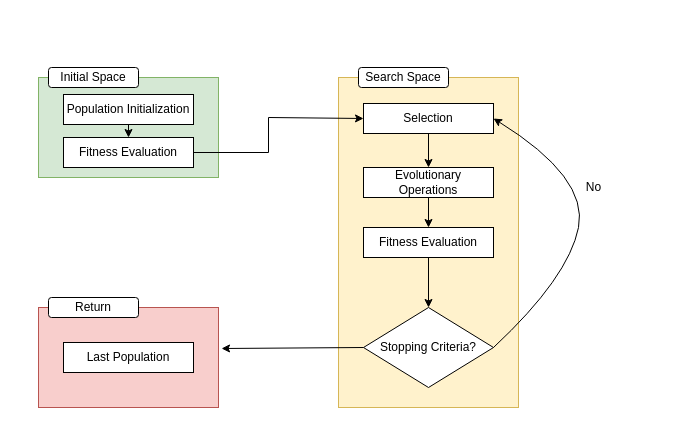
Before: page "Page-4" (4 of 4) of paper/seminar.drawio in duclos-cavalcanti/tum-msei-seminar, a draw.io diagram. Source tidied: cells renumbered, new cells numbered last; positions are measured from the earlier drawing's top-left corner, leaving out a move shared by most shapes. Both pictures are drawn from the tidied source at 100%, with x=0, y=0 at pixel (38, 67).
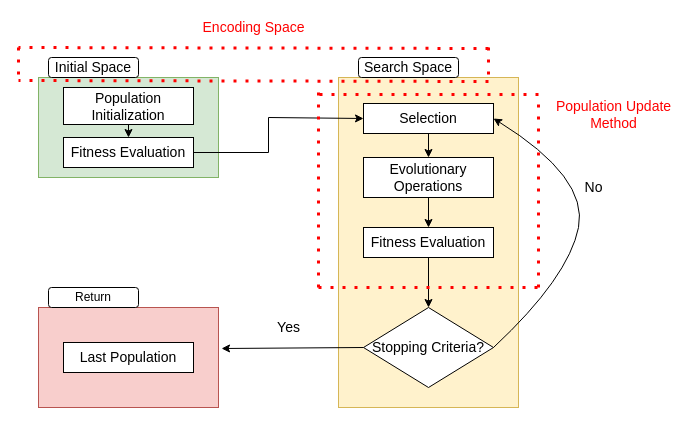
The same diagram, later.

Change to the diagram source:
```diff
@@
-    <mxCell id="5" value="Population Initialization" style="rounded=0;whiteSpace=wrap;html=1;" parent="1" vertex="1">
-      <mxGeometry x="25" y="27" width="130" height="30" as="geometry" />
+    <mxCell id="5" value="&lt;font style=&quot;font-size: 14px;&quot;&gt;Population Initialization&lt;/font&gt;" style="rounded=0;whiteSpace=wrap;html=1;" parent="1" vertex="1">
+      <mxGeometry x="25" y="20" width="130" height="37" as="geometry" />
     </mxCell>
-    <mxCell id="6" value="Fitness Evaluation" style="rounded=0;whiteSpace=wrap;html=1;" parent="1" vertex="1">
+    <mxCell id="6" value="&lt;font style=&quot;font-size: 14px;&quot;&gt;Fitness Evaluation&lt;/font&gt;" style="rounded=0;whiteSpace=wrap;html=1;" parent="1" vertex="1">
       <mxGeometry x="25" y="70" width="130" height="30" as="geometry" />
     </mxCell>
@@
-    <mxCell id="8" value="Selection" style="rounded=0;whiteSpace=wrap;html=1;" parent="1" vertex="1">
+    <mxCell id="8" value="&lt;font style=&quot;font-size: 14px;&quot;&gt;Selection&lt;/font&gt;" style="rounded=0;whiteSpace=wrap;html=1;" parent="1" vertex="1">
       <mxGeometry x="325" y="36" width="130" height="30" as="geometry" />
     </mxCell>
@@
-    <mxCell id="10" value="Initial Space" style="rounded=1;whiteSpace=wrap;html=1;" parent="1" vertex="1">
-      <mxGeometry x="10" width="90" height="20" as="geometry" />
+    <mxCell id="10" value="&lt;font style=&quot;font-size: 14px;&quot;&gt;Initial Space&lt;/font&gt;" style="rounded=1;whiteSpace=wrap;html=1;" parent="1" vertex="1">
+      <mxGeometry x="10" y="-10" width="90" height="20" as="geometry" />
     </mxCell>
-    <mxCell id="11" value="Search Space" style="rounded=1;whiteSpace=wrap;html=1;" parent="1" vertex="1">
-      <mxGeometry x="320" width="90" height="20" as="geometry" />
+    <mxCell id="11" value="&lt;font style=&quot;font-size: 14px;&quot;&gt;Search Space&lt;/font&gt;" style="rounded=1;whiteSpace=wrap;html=1;" parent="1" vertex="1">
+      <mxGeometry x="320" y="-10" width="100" height="20" as="geometry" />
     </mxCell>
     <mxCell id="12" value="Return" style="rounded=1;whiteSpace=wrap;html=1;" parent="1" vertex="1">
-      <mxGeometry x="10" y="230" width="90" height="20" as="geometry" />
+      <mxGeometry x="10" y="220" width="90" height="20" as="geometry" />
     </mxCell>
-    <mxCell id="13" value="Evolutionary Operations" style="rounded=0;whiteSpace=wrap;html=1;" parent="1" vertex="1">
-      <mxGeometry x="325" y="100" width="130" height="30" as="geometry" />
+    <mxCell id="13" value="&lt;font style=&quot;font-size: 14px;&quot;&gt;Evolutionary Operations&lt;/font&gt;" style="rounded=0;whiteSpace=wrap;html=1;" parent="1" vertex="1">
+      <mxGeometry x="325" y="90" width="130" height="40" as="geometry" />
     </mxCell>
-    <mxCell id="14" value="Fitness Evaluation" style="rounded=0;whiteSpace=wrap;html=1;" parent="1" vertex="1">
+    <mxCell id="14" value="&lt;font style=&quot;font-size: 14px;&quot;&gt;Fitness Evaluation&lt;/font&gt;" style="rounded=0;whiteSpace=wrap;html=1;" parent="1" vertex="1">
       <mxGeometry x="325" y="160" width="130" height="30" as="geometry" />
     </mxCell>
-    <mxCell id="15" value="Stopping Criteria?" style="rhombus;whiteSpace=wrap;html=1;" parent="1" vertex="1">
+    <mxCell id="15" value="&lt;font style=&quot;font-size: 14px;&quot;&gt;Stopping Criteria?&lt;/font&gt;" style="rhombus;whiteSpace=wrap;html=1;" parent="1" vertex="1">
       <mxGeometry x="325" y="240" width="130" height="80" as="geometry" />
     </mxCell>
@@
-    <mxCell id="20" value="No" style="text;html=1;align=center;verticalAlign=middle;strokeColor=none;fillColor=none;" parent="1" vertex="1">
+    <mxCell id="20" value="&lt;font style=&quot;font-size: 14px;&quot;&gt;No&lt;/font&gt;" style="text;html=1;align=center;verticalAlign=middle;strokeColor=none;fillColor=none;" parent="1" vertex="1">
       <mxGeometry x="540" y="110" width="30" height="20" as="geometry" />
     </mxCell>
@@
-    <mxCell id="22" value="Last Population" style="rounded=0;whiteSpace=wrap;html=1;" parent="1" vertex="1">
+    <mxCell id="22" value="&lt;font style=&quot;font-size: 14px;&quot;&gt;Last Population&lt;/font&gt;" style="rounded=0;whiteSpace=wrap;html=1;" parent="1" vertex="1">
       <mxGeometry x="25" y="275" width="130" height="30" as="geometry" />
     </mxCell>
+    <mxCell id="23" value="Yes" style="text;html=1;align=center;verticalAlign=middle;strokeColor=none;fillColor=none;fontSize=14;" parent="1" vertex="1">
+      <mxGeometry x="230" y="250" width="40" height="20" as="geometry" />
+    </mxCell>
+    <mxCell id="24" style="endArrow=none;dashed=1;html=1;dashPattern=1 3;strokeWidth=3;rounded=0;fontSize=14;fillColor=#e51400;strokeColor=#FF0000;" parent="1" edge="1">
+      <mxGeometry relative="1" as="geometry">
+        <mxPoint x="280" y="220" as="sourcePoint" />
+        <mxPoint x="280" y="20" as="targetPoint" />
+      </mxGeometry>
+    </mxCell>
+    <mxCell id="25" style="endArrow=none;dashed=1;html=1;dashPattern=1 3;strokeWidth=3;rounded=0;fontSize=14;fillColor=#e51400;strokeColor=#FF0000;" parent="1" edge="1">
+      <mxGeometry relative="1" as="geometry">
+        <mxPoint x="280" y="220" as="sourcePoint" />
+        <mxPoint x="500" y="220" as="targetPoint" />
+      </mxGeometry>
+    </mxCell>
+    <mxCell id="26" style="endArrow=none;dashed=1;html=1;dashPattern=1 3;strokeWidth=3;rounded=0;fontSize=14;fillColor=#e51400;strokeColor=#FF0000;" parent="1" edge="1">
+      <mxGeometry relative="1" as="geometry">
+        <mxPoint x="500" y="27" as="sourcePoint" />
+        <mxPoint x="280" y="27" as="targetPoint" />
+      </mxGeometry>
+    </mxCell>
+    <mxCell id="27" style="endArrow=none;dashed=1;html=1;dashPattern=1 3;strokeWidth=3;rounded=0;fontSize=14;fillColor=#e51400;strokeColor=#FF0000;" parent="1" edge="1">
+      <mxGeometry relative="1" as="geometry">
+        <mxPoint x="500" y="220" as="sourcePoint" />
+        <mxPoint x="500" y="30" as="targetPoint" />
+      </mxGeometry>
+    </mxCell>
+    <mxCell id="28" value="&lt;div&gt;&lt;font color=&quot;#FF0000&quot;&gt;Population Update&lt;/font&gt;&lt;/div&gt;&lt;div&gt;&lt;font color=&quot;#FF0000&quot;&gt;Method&lt;br&gt;&lt;/font&gt;&lt;/div&gt;" style="text;html=1;align=center;verticalAlign=middle;strokeColor=none;fillColor=none;fontSize=14;" parent="1" vertex="1">
+      <mxGeometry x="510" y="27" width="130" height="40" as="geometry" />
+    </mxCell>
+    <mxCell id="29" style="endArrow=none;dashed=1;html=1;dashPattern=1 3;strokeWidth=3;rounded=0;fontSize=14;fillColor=#e51400;strokeColor=#FF0000;" parent="1" edge="1">
+      <mxGeometry relative="1" as="geometry">
+        <mxPoint x="450" y="-19" as="sourcePoint" />
+        <mxPoint x="-20" y="-20" as="targetPoint" />
+      </mxGeometry>
+    </mxCell>
+    <mxCell id="30" style="endArrow=none;dashed=1;html=1;dashPattern=1 3;strokeWidth=3;rounded=0;fontSize=14;fillColor=#e51400;strokeColor=#FF0000;" parent="1" edge="1">
+      <mxGeometry relative="1" as="geometry">
+        <mxPoint x="450" y="14" as="sourcePoint" />
+        <mxPoint x="-20" y="13" as="targetPoint" />
+      </mxGeometry>
+    </mxCell>
+    <mxCell id="31" style="endArrow=none;dashed=1;html=1;dashPattern=1 3;strokeWidth=3;rounded=0;fontSize=14;fillColor=#e51400;strokeColor=#FF0000;" parent="1" edge="1">
+      <mxGeometry relative="1" as="geometry">
+        <mxPoint x="-20" y="-20" as="sourcePoint" />
+        <mxPoint x="-20" y="10" as="targetPoint" />
+      </mxGeometry>
+    </mxCell>
+    <mxCell id="32" style="endArrow=none;dashed=1;html=1;dashPattern=1 3;strokeWidth=3;rounded=0;fontSize=14;fillColor=#e51400;strokeColor=#FF0000;" parent="1" edge="1">
+      <mxGeometry relative="1" as="geometry">
+        <mxPoint x="450" y="-20" as="sourcePoint" />
+        <mxPoint x="450" y="10" as="targetPoint" />
+      </mxGeometry>
+    </mxCell>
+    <mxCell id="33" value="&lt;font color=&quot;#FF0000&quot;&gt;Encoding Space&lt;/font&gt;" style="text;html=1;align=center;verticalAlign=middle;strokeColor=none;fillColor=none;fontSize=14;" parent="1" vertex="1">
+      <mxGeometry x="155" y="-50" width="120" height="20" as="geometry" />
+    </mxCell>
```
